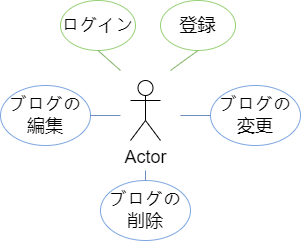
Before: PersonalProject/UML/ユースケース図 .png, a diagram exported from draw.io (yanyuxuanBF/Personal-project). Source tidied: cells renumbered, new cells last; positions are measured from the earlier drawing's top-left corner, leaving out a move shared by most shapes. Source of this version:
```xml
<mxGraphModel>
  <root>
    <mxCell id="0" />
    <mxCell id="1" parent="0" />
    <mxCell id="2" value="Actor" style="shape=umlActor;verticalLabelPosition=bottom;verticalAlign=top;html=1;fontSize=18;" parent="1" vertex="1">
      <mxGeometry x="130" y="80" width="30" height="60" as="geometry" />
    </mxCell>
    <mxCell id="3" value="ブログの削除" style="ellipse;whiteSpace=wrap;html=1;fontSize=18;strokeColor=#7EA6E0;" parent="1" vertex="1">
      <mxGeometry x="100" y="180" width="90" height="60" as="geometry" />
    </mxCell>
    <mxCell id="4" value="登録" style="ellipse;whiteSpace=wrap;html=1;fontSize=18;fontColor=#000000;strokeColor=#97D077;" parent="1" vertex="1">
      <mxGeometry x="160" width="75" height="50" as="geometry" />
    </mxCell>
    <mxCell id="5" value="ログイン" style="ellipse;whiteSpace=wrap;html=1;fontSize=18;strokeColor=#97D077;" parent="1" vertex="1">
      <mxGeometry x="60" width="75" height="50" as="geometry" />
    </mxCell>
    <mxCell id="6" value="ブログの変更" style="ellipse;whiteSpace=wrap;html=1;fontSize=18;strokeColor=#7EA6E0;" parent="1" vertex="1">
      <mxGeometry x="210" y="85" width="90" height="60" as="geometry" />
    </mxCell>
    <mxCell id="7" value="ブログの編集" style="ellipse;whiteSpace=wrap;html=1;fontSize=18;strokeColor=#7EA6E0;" parent="1" vertex="1">
      <mxGeometry y="85" width="90" height="60" as="geometry" />
    </mxCell>
    <mxCell id="8" style="endArrow=none;html=1;rounded=0;fontSize=18;entryX=0.5;entryY=1;entryDx=0;entryDy=0;fillColor=#d5e8d4;strokeColor=#82b366;" parent="1" edge="1" target="5">
      <mxGeometry relative="1" as="geometry">
        <mxPoint x="120" y="70" as="sourcePoint" />
      </mxGeometry>
    </mxCell>
    <mxCell id="9" style="endArrow=none;html=1;rounded=0;fontSize=18;exitX=0.5;exitY=0;exitDx=0;exitDy=0;fillColor=#dae8fc;strokeColor=#6c8ebf;" parent="1" edge="1" source="3">
      <mxGeometry relative="1" as="geometry">
        <mxPoint x="145" y="170" as="targetPoint" />
      </mxGeometry>
    </mxCell>
    <mxCell id="10" style="endArrow=none;html=1;rounded=0;fontSize=18;entryX=0;entryY=0.5;entryDx=0;entryDy=0;fillColor=#dae8fc;strokeColor=#6c8ebf;" parent="1" edge="1" target="6">
      <mxGeometry relative="1" as="geometry">
        <mxPoint x="180" y="115" as="sourcePoint" />
      </mxGeometry>
    </mxCell>
    <mxCell id="11" style="endArrow=none;html=1;rounded=0;fontSize=18;entryX=0.5;entryY=1;entryDx=0;entryDy=0;fillColor=#d5e8d4;strokeColor=#82b366;" parent="1" edge="1" target="4">
      <mxGeometry relative="1" as="geometry">
        <mxPoint x="170" y="70" as="sourcePoint" />
      </mxGeometry>
    </mxCell>
    <mxCell id="12" style="endArrow=none;html=1;rounded=0;fontSize=18;entryX=1;entryY=0.5;entryDx=0;entryDy=0;fillColor=#dae8fc;strokeColor=#6c8ebf;" parent="1" edge="1" target="7">
      <mxGeometry relative="1" as="geometry">
        <mxPoint x="120" y="115" as="sourcePoint" />
      </mxGeometry>
    </mxCell>
  </root>
</mxGraphModel>
```
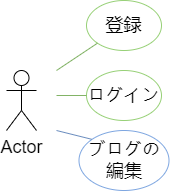
After the change.

Change to the diagram source:
```diff
@@ -5,44 +5,28 @@
     <mxCell id="2" value="Actor" style="shape=umlActor;verticalLabelPosition=bottom;verticalAlign=top;html=1;fontSize=18;" parent="1" vertex="1">
       <mxGeometry x="130" y="80" width="30" height="60" as="geometry" />
     </mxCell>
-    <mxCell id="3" value="ブログの削除" style="ellipse;whiteSpace=wrap;html=1;fontSize=18;strokeColor=#7EA6E0;" parent="1" vertex="1">
-      <mxGeometry x="100" y="180" width="90" height="60" as="geometry" />
-    </mxCell>
     <mxCell id="4" value="登録" style="ellipse;whiteSpace=wrap;html=1;fontSize=18;fontColor=#000000;strokeColor=#97D077;" parent="1" vertex="1">
-      <mxGeometry x="160" width="75" height="50" as="geometry" />
+      <mxGeometry x="210" y="10" width="75" height="50" as="geometry" />
     </mxCell>
     <mxCell id="5" value="ログイン" style="ellipse;whiteSpace=wrap;html=1;fontSize=18;strokeColor=#97D077;" parent="1" vertex="1">
-      <mxGeometry x="60" width="75" height="50" as="geometry" />
+      <mxGeometry x="210" y="80" width="75" height="50" as="geometry" />
     </mxCell>
-    <mxCell id="6" value="ブログの変更" style="ellipse;whiteSpace=wrap;html=1;fontSize=18;strokeColor=#7EA6E0;" parent="1" vertex="1">
-      <mxGeometry x="210" y="85" width="90" height="60" as="geometry" />
-    </mxCell>
     <mxCell id="7" value="ブログの編集" style="ellipse;whiteSpace=wrap;html=1;fontSize=18;strokeColor=#7EA6E0;" parent="1" vertex="1">
-      <mxGeometry y="85" width="90" height="60" as="geometry" />
+      <mxGeometry x="202.5" y="140" width="90" height="60" as="geometry" />
     </mxCell>
-    <mxCell id="8" style="endArrow=none;html=1;rounded=0;fontSize=18;entryX=0.5;entryY=1;entryDx=0;entryDy=0;fillColor=#d5e8d4;strokeColor=#82b366;" parent="1" edge="1" target="5">
+    <mxCell id="8" style="endArrow=none;html=1;rounded=0;fontSize=18;entryX=0;entryY=0.5;entryDx=0;entryDy=0;fillColor=#d5e8d4;strokeColor=#82b366;" parent="1" edge="1" target="5">
       <mxGeometry relative="1" as="geometry">
-        <mxPoint x="120" y="70" as="sourcePoint" />
+        <mxPoint x="180" y="105" as="sourcePoint" />
       </mxGeometry>
     </mxCell>
-    <mxCell id="9" style="endArrow=none;html=1;rounded=0;fontSize=18;exitX=0.5;exitY=0;exitDx=0;exitDy=0;fillColor=#dae8fc;strokeColor=#6c8ebf;" parent="1" edge="1" source="3">
-      <mxGeometry relative="1" as="geometry">
-        <mxPoint x="145" y="170" as="targetPoint" />
-      </mxGeometry>
-    </mxCell>
-    <mxCell id="10" style="endArrow=none;html=1;rounded=0;fontSize=18;entryX=0;entryY=0.5;entryDx=0;entryDy=0;fillColor=#dae8fc;strokeColor=#6c8ebf;" parent="1" edge="1" target="6">
-      <mxGeometry relative="1" as="geometry">
-        <mxPoint x="180" y="115" as="sourcePoint" />
-      </mxGeometry>
-    </mxCell>
-    <mxCell id="11" style="endArrow=none;html=1;rounded=0;fontSize=18;entryX=0.5;entryY=1;entryDx=0;entryDy=0;fillColor=#d5e8d4;strokeColor=#82b366;" parent="1" edge="1" target="4">
+    <mxCell id="11" style="endArrow=none;html=1;rounded=0;fontSize=18;entryX=0;entryY=1;entryDx=0;entryDy=0;fillColor=#d5e8d4;strokeColor=#82b366;" parent="1" edge="1" target="4">
       <mxGeometry relative="1" as="geometry">
-        <mxPoint x="170" y="70" as="sourcePoint" />
+        <mxPoint x="180" y="80" as="sourcePoint" />
       </mxGeometry>
     </mxCell>
-    <mxCell id="12" style="endArrow=none;html=1;rounded=0;fontSize=18;entryX=1;entryY=0.5;entryDx=0;entryDy=0;fillColor=#dae8fc;strokeColor=#6c8ebf;" parent="1" edge="1" target="7">
+    <mxCell id="12" style="endArrow=none;html=1;rounded=0;fontSize=18;entryX=0;entryY=0;entryDx=0;entryDy=0;fillColor=#dae8fc;strokeColor=#6c8ebf;" parent="1" edge="1" target="7">
       <mxGeometry relative="1" as="geometry">
-        <mxPoint x="120" y="115" as="sourcePoint" />
+        <mxPoint x="180" y="140" as="sourcePoint" />
       </mxGeometry>
     </mxCell>
   </root>
```
